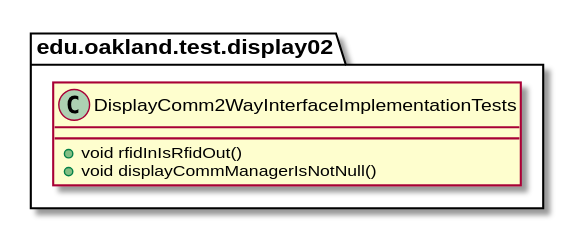
Above: docs/uml-class-diagrams/display02/test/DisplayComm2WayInterfaceImplementationTests/DisplayComm2WayInterfaceImplementationTests.svg in andrewdimmer/csi-3370-software-project (PlantUML), before the change.
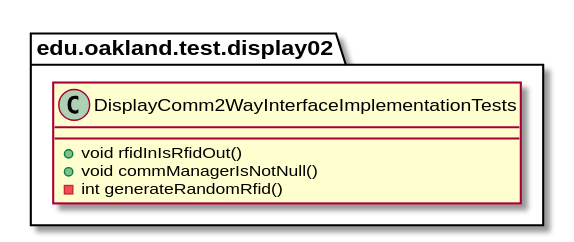
The same file after the commit.

Diff of the diagram source:
```diff
@@ -3,7 +3,8 @@
 package edu.oakland.test.display02 {
     class DisplayComm2WayInterfaceImplementationTests {
         + void rfidInIsRfidOut()
-        + void displayCommManagerIsNotNull()
+        + void commManagerIsNotNull()
+        - int generateRandomRfid()
     }
 }
 
```
